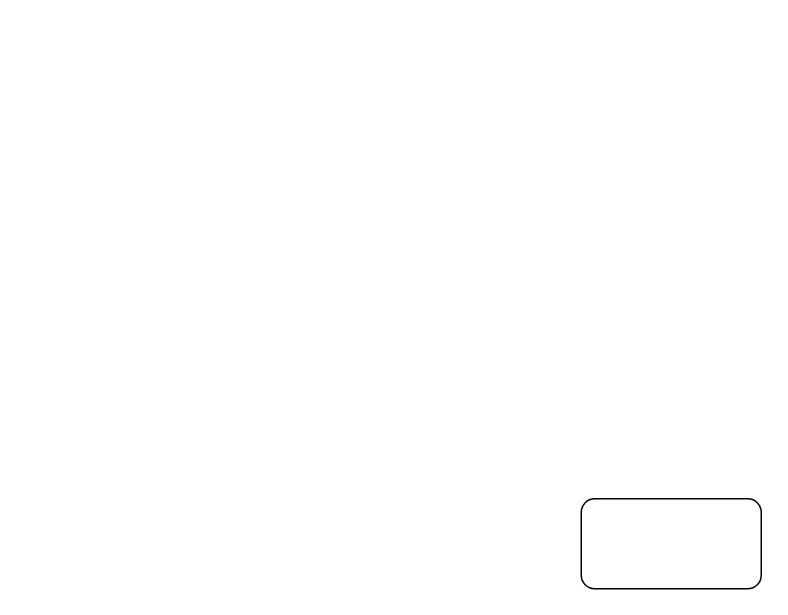
The draw.io diagram PKI.drawio in newgitofzinian/draw, before the edit. Source tidied: cells renumbered, new cells numbered last; positions are measured from the earlier drawing's top-left corner, leaving out a move shared by most shapes. Both pictures are drawn from the tidied source at 150%, with x=0, y=0 at pixel (580, 498).
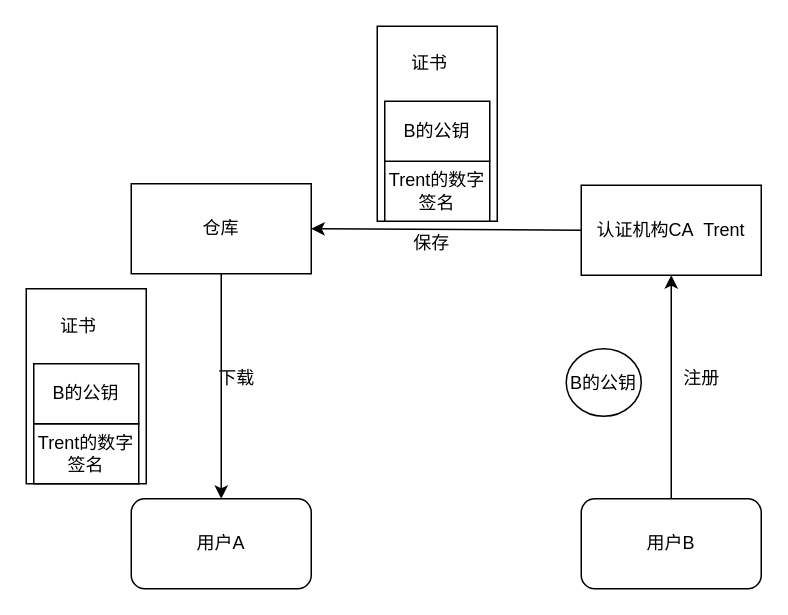
The same diagram, later.

Change to the diagram source:
```diff
@@
-    <mxCell id="2" style="rounded=1;whiteSpace=wrap;html=1;" parent="1" vertex="1">
+    <mxCell id="2" value="用户B" style="rounded=1;whiteSpace=wrap;html=1;" parent="1" vertex="1">
       <mxGeometry width="120" height="60" as="geometry" />
     </mxCell>
+    <mxCell id="3" value="用户A" style="rounded=1;whiteSpace=wrap;html=1;" parent="1" vertex="1">
+      <mxGeometry x="-300" width="120" height="60" as="geometry" />
+    </mxCell>
+    <mxCell id="4" value="认证机构CA&amp;nbsp; Trent" style="rounded=0;whiteSpace=wrap;html=1;" parent="1" vertex="1">
+      <mxGeometry y="-209" width="120" height="60" as="geometry" />
+    </mxCell>
+    <mxCell id="5" style="endArrow=classic;html=1;rounded=0;exitX=0.5;exitY=0;exitDx=0;exitDy=0;entryX=0.5;entryY=1;entryDx=0;entryDy=0;" parent="1" edge="1" source="2" target="4">
+      <mxGeometry relative="1" as="geometry" />
+    </mxCell>
+    <mxCell id="6" value="注册" style="text;html=1;align=center;verticalAlign=middle;strokeColor=none;fillColor=none;" parent="1" vertex="1">
+      <mxGeometry x="55" y="-95" width="50" height="30" as="geometry" />
+    </mxCell>
+    <mxCell id="7" value="B的公钥" style="ellipse;whiteSpace=wrap;html=1;" parent="1" vertex="1">
+      <mxGeometry x="-10" y="-100" width="50" height="45" as="geometry" />
+    </mxCell>
+    <mxCell id="8" value="仓库" style="rounded=0;whiteSpace=wrap;html=1;" parent="1" vertex="1">
+      <mxGeometry x="-300" y="-210" width="120" height="60" as="geometry" />
+    </mxCell>
+    <mxCell id="9" style="endArrow=classic;html=1;rounded=0;exitX=0;exitY=0.5;exitDx=0;exitDy=0;entryX=1;entryY=0.5;entryDx=0;entryDy=0;" parent="1" edge="1" source="4" target="8">
+      <mxGeometry relative="1" as="geometry" />
+    </mxCell>
+    <mxCell id="10" value="保存" style="text;html=1;align=center;verticalAlign=middle;strokeColor=none;fillColor=none;" parent="1" vertex="1">
+      <mxGeometry x="-125" y="-185" width="50" height="30" as="geometry" />
+    </mxCell>
+    <mxCell id="11" style="endArrow=classic;html=1;rounded=0;exitX=0.5;exitY=1;exitDx=0;exitDy=0;entryX=0.5;entryY=0;entryDx=0;entryDy=0;" parent="1" edge="1" source="8" target="3">
+      <mxGeometry relative="1" as="geometry" />
+    </mxCell>
+    <mxCell id="12" value="下载" style="text;html=1;align=center;verticalAlign=middle;strokeColor=none;fillColor=none;" parent="1" vertex="1">
+      <mxGeometry x="-255" y="-95" width="50" height="30" as="geometry" />
+    </mxCell>
+    <mxCell id="13" style="rounded=0;whiteSpace=wrap;html=1;direction=south;" parent="1" vertex="1">
+      <mxGeometry x="-370" y="-140" width="80" height="130" as="geometry" />
+    </mxCell>
+    <mxCell id="14" value="Trent的数字签名" style="rounded=0;whiteSpace=wrap;html=1;" parent="1" vertex="1">
+      <mxGeometry x="-365" y="-50" width="70" height="40" as="geometry" />
+    </mxCell>
+    <mxCell id="15" value="B的公钥" style="rounded=0;whiteSpace=wrap;html=1;" parent="1" vertex="1">
+      <mxGeometry x="-365" y="-90" width="70" height="40" as="geometry" />
+    </mxCell>
+    <mxCell id="16" value="证书" style="text;html=1;strokeColor=none;fillColor=none;align=center;verticalAlign=middle;whiteSpace=wrap;rounded=0;" parent="1" vertex="1">
+      <mxGeometry x="-365" y="-130" width="60" height="30" as="geometry" />
+    </mxCell>
+    <mxCell id="17" style="rounded=0;whiteSpace=wrap;html=1;direction=south;" parent="1" vertex="1">
+      <mxGeometry x="-136" y="-315" width="80" height="130" as="geometry" />
+    </mxCell>
+    <mxCell id="18" value="Trent的数字签名" style="rounded=0;whiteSpace=wrap;html=1;" parent="1" vertex="1">
+      <mxGeometry x="-131" y="-225" width="70" height="40" as="geometry" />
+    </mxCell>
+    <mxCell id="19" value="B的公钥" style="rounded=0;whiteSpace=wrap;html=1;" parent="1" vertex="1">
+      <mxGeometry x="-131" y="-265" width="70" height="40" as="geometry" />
+    </mxCell>
+    <mxCell id="20" value="证书" style="text;html=1;strokeColor=none;fillColor=none;align=center;verticalAlign=middle;whiteSpace=wrap;rounded=0;" parent="1" vertex="1">
+      <mxGeometry x="-131" y="-305" width="60" height="30" as="geometry" />
+    </mxCell>
```
